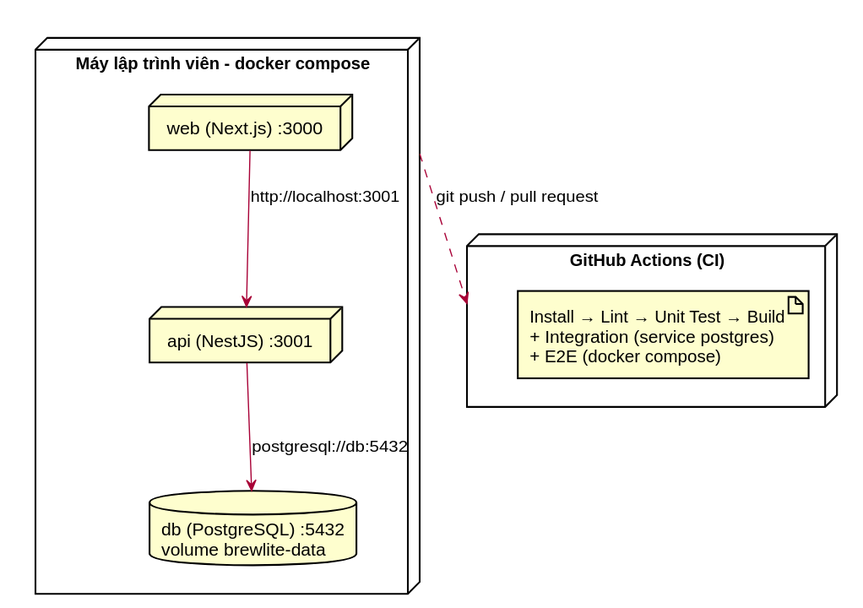
Earlier version of the PlantUML export docs/architecture/deployment-local.svg (dinh-hung-116/BrewLite-Assignment2). The source it was exported from:
```plantuml
@startuml deployment-local
skinparam shadowing false
node "Máy lập trình viên - docker compose" as L {
  node "web (Next.js) :3000" as W
  node "api (NestJS) :3001" as A
  database "db (PostgreSQL) :5432\nvolume brewlite-data" as D
}
node "GitHub Actions (CI)" as CI {
  artifact "Install → Lint → Unit Test → Build\n+ Integration (service postgres)\n+ E2E (docker compose)" as Q
}
W --> A : http://localhost:3001
A --> D : postgresql://db:5432
L ..> CI : git push / pull request
@enduml
```
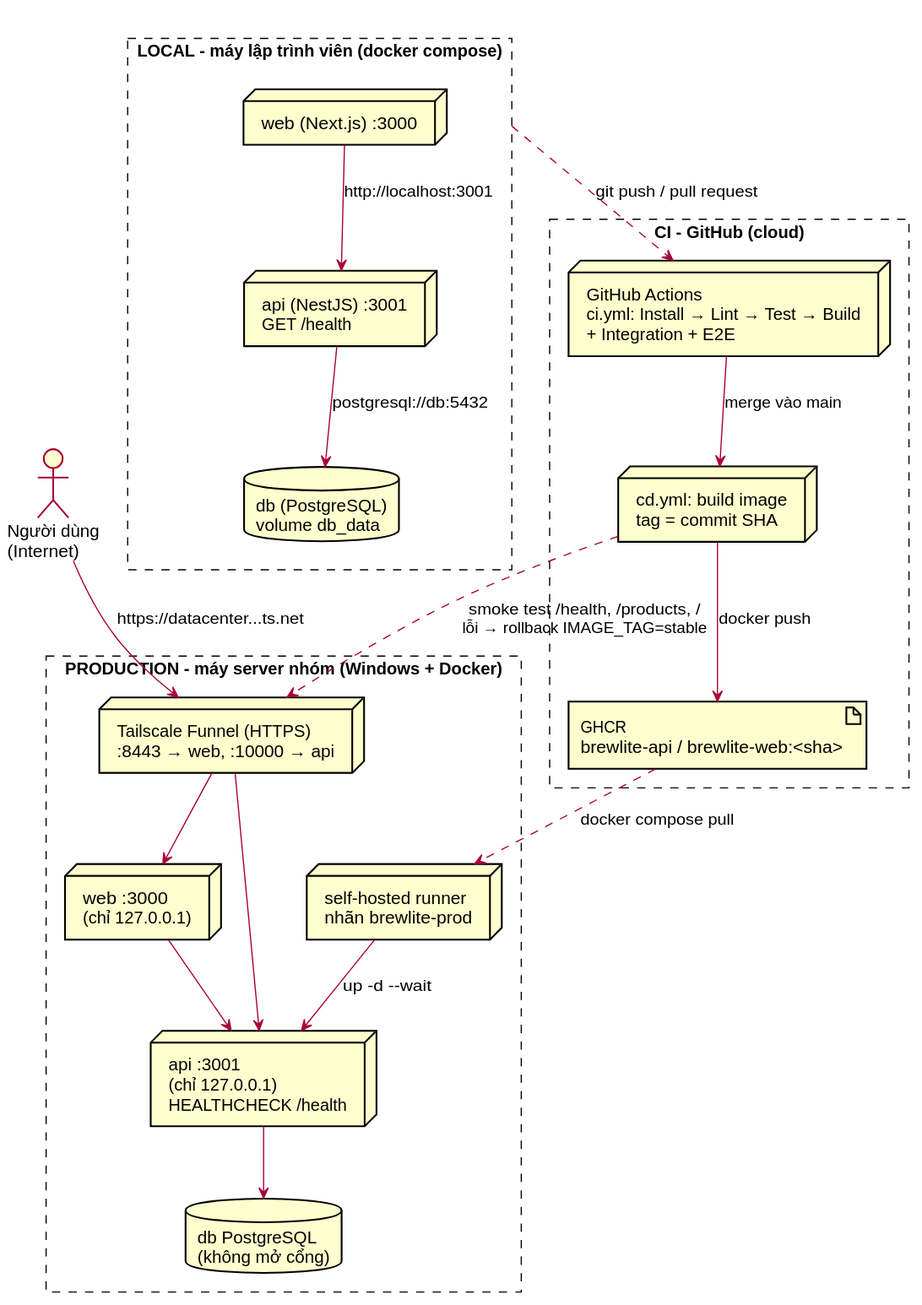
The same file after the commit.

Commit message:
docs(deploy): thống nhất mô tả /health và thêm ranh giới Production vào sơ đồ

What changed in the source:
```diff
@@ -1,14 +1,38 @@
 @startuml deployment-local
 skinparam shadowing false
-node "Máy lập trình viên - docker compose" as L {
+skinparam rectangle {
+  BorderStyle dashed
+}
+rectangle "LOCAL - máy lập trình viên (docker compose)" as LOCAL {
   node "web (Next.js) :3000" as W
-  node "api (NestJS) :3001" as A
-  database "db (PostgreSQL) :5432\nvolume brewlite-data" as D
+  node "api (NestJS) :3001\nGET /health" as A
+  database "db (PostgreSQL)\nvolume db_data" as D
 }
-node "GitHub Actions (CI)" as CI {
-  artifact "Install → Lint → Unit Test → Build\n+ Integration (service postgres)\n+ E2E (docker compose)" as Q
+rectangle "CI - GitHub (cloud)" as CIB {
+  node "GitHub Actions\nci.yml: Install → Lint → Test → Build\n+ Integration + E2E" as CI
+  node "cd.yml: build image\ntag = commit SHA" as CD
+  artifact "GHCR\nbrewlite-api / brewlite-web:<sha>" as REG
 }
+rectangle "PRODUCTION - máy server nhóm (Windows + Docker)" as PROD {
+  node "Tailscale Funnel (HTTPS)\n:8443 → web, :10000 → api" as F
+  node "self-hosted runner\nnhãn brewlite-prod" as R
+  node "web :3000\n(chỉ 127.0.0.1)" as PW
+  node "api :3001\n(chỉ 127.0.0.1)\nHEALTHCHECK /health" as PA
+  database "db PostgreSQL\n(không mở cổng)" as PD
+}
+actor "Người dùng\n(Internet)" as U
+
 W --> A : http://localhost:3001
 A --> D : postgresql://db:5432
-L ..> CI : git push / pull request
+LOCAL ..> CI : git push / pull request
+CI --> CD : merge vào main
+CD --> REG : docker push
+REG ..> R : docker compose pull
+R --> PA : up -d --wait
+U --> F : https://datacenter...ts.net
+F --> PW
+F --> PA
+PW --> PA
+PA --> PD
+CD ..> F : smoke test /health, /products, /\nlỗi → rollback IMAGE_TAG=stable
 @enduml
```
